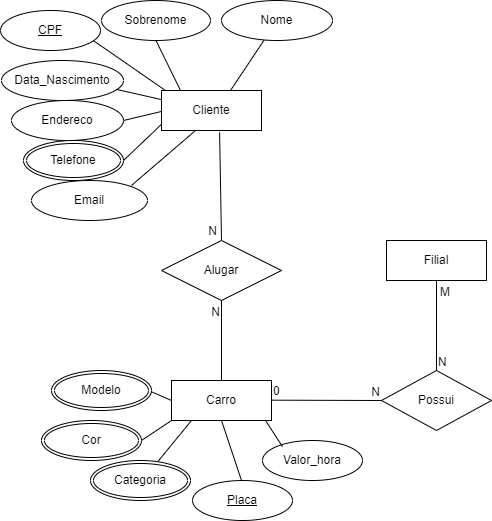
Kelly-Prone/diagramas keeps this draw.io diagram as Mapa_BD1.drawio.png. Above is the earlier version. Source tidied: cells renumbered, new cells last; positions are measured from the earlier drawing's top-left corner, leaving out a move shared by most shapes. The source it was exported from:
```xml
<mxGraphModel>
  <root>
    <mxCell id="0" />
    <mxCell id="1" parent="0" />
    <mxCell id="2" value="Sobrenome" style="ellipse;whiteSpace=wrap;html=1;labelBackgroundColor=none;rounded=0;" parent="1" vertex="1">
      <mxGeometry x="101" width="109" height="40" as="geometry" />
    </mxCell>
    <mxCell id="3" value="Data_Nascimento" style="ellipse;whiteSpace=wrap;html=1;labelBackgroundColor=none;rounded=0;" parent="1" vertex="1">
      <mxGeometry x="1" y="60" width="122" height="40" as="geometry" />
    </mxCell>
    <mxCell id="4" value="Endereco" style="ellipse;whiteSpace=wrap;html=1;labelBackgroundColor=none;rounded=0;" parent="1" vertex="1">
      <mxGeometry x="11" y="100" width="112" height="40" as="geometry" />
    </mxCell>
    <mxCell id="5" value="Nome" style="ellipse;whiteSpace=wrap;html=1;labelBackgroundColor=none;rounded=0;" parent="1" vertex="1">
      <mxGeometry x="221" width="111" height="40" as="geometry" />
    </mxCell>
    <mxCell id="6" value="Email" style="ellipse;whiteSpace=wrap;html=1;labelBackgroundColor=none;rounded=0;" parent="1" vertex="1">
      <mxGeometry x="31" y="180" width="116" height="40" as="geometry" />
    </mxCell>
    <mxCell id="7" style="endArrow=none;html=1;rounded=0;labelBackgroundColor=none;fontColor=default;" parent="1" edge="1" target="5">
      <mxGeometry relative="1" as="geometry">
        <mxPoint x="230" y="90" as="sourcePoint" />
      </mxGeometry>
    </mxCell>
    <mxCell id="8" style="endArrow=none;html=1;rounded=0;entryX=0.5;entryY=1;entryDx=0;entryDy=0;labelBackgroundColor=none;fontColor=default;" parent="1" edge="1" target="2">
      <mxGeometry relative="1" as="geometry">
        <mxPoint x="180" y="90" as="sourcePoint" />
      </mxGeometry>
    </mxCell>
    <mxCell id="9" style="endArrow=none;html=1;rounded=0;entryX=0.25;entryY=1;entryDx=0;entryDy=0;labelBackgroundColor=none;fontColor=default;" parent="1" edge="1">
      <mxGeometry relative="1" as="geometry">
        <mxPoint x="131" y="185" as="sourcePoint" />
        <mxPoint x="195" y="130" as="targetPoint" />
      </mxGeometry>
    </mxCell>
    <mxCell id="10" style="endArrow=none;html=1;rounded=0;labelBackgroundColor=none;fontColor=default;entryX=0;entryY=0.75;entryDx=0;entryDy=0;" parent="1" edge="1">
      <mxGeometry relative="1" as="geometry">
        <mxPoint x="123" y="160" as="sourcePoint" />
        <mxPoint x="165" y="120" as="targetPoint" />
      </mxGeometry>
    </mxCell>
    <mxCell id="11" style="endArrow=none;html=1;rounded=0;entryX=0.95;entryY=0.763;entryDx=0;entryDy=0;entryPerimeter=0;labelBackgroundColor=none;fontColor=default;exitX=0;exitY=0;exitDx=0;exitDy=0;" parent="1" edge="1">
      <mxGeometry relative="1" as="geometry">
        <mxPoint x="165" y="90" as="sourcePoint" />
        <mxPoint x="93.5" y="40.5" as="targetPoint" />
      </mxGeometry>
    </mxCell>
    <mxCell id="12" style="endArrow=none;html=1;rounded=0;entryX=0;entryY=0.5;entryDx=0;entryDy=0;labelBackgroundColor=none;fontColor=default;" parent="1" edge="1">
      <mxGeometry relative="1" as="geometry">
        <mxPoint x="123" y="120" as="sourcePoint" />
        <mxPoint x="165" y="110" as="targetPoint" />
      </mxGeometry>
    </mxCell>
    <mxCell id="13" style="endArrow=none;html=1;rounded=0;entryX=0;entryY=0.25;entryDx=0;entryDy=0;exitX=0.94;exitY=0.721;exitDx=0;exitDy=0;exitPerimeter=0;labelBackgroundColor=none;fontColor=default;" parent="1" edge="1" source="3">
      <mxGeometry relative="1" as="geometry">
        <mxPoint x="165" y="100" as="targetPoint" />
      </mxGeometry>
    </mxCell>
    <mxCell id="14" value="Cliente" style="whiteSpace=wrap;html=1;align=center;" parent="1" vertex="1">
      <mxGeometry x="161" y="90" width="100" height="40" as="geometry" />
    </mxCell>
    <mxCell id="15" value="Carro" style="whiteSpace=wrap;html=1;align=center;" parent="1" vertex="1">
      <mxGeometry x="171" y="380" width="100" height="40" as="geometry" />
    </mxCell>
    <mxCell id="16" value="Telefone" style="ellipse;shape=doubleEllipse;margin=3;whiteSpace=wrap;html=1;align=center;" parent="1" vertex="1">
      <mxGeometry x="23" y="140" width="100" height="40" as="geometry" />
    </mxCell>
    <mxCell id="17" value="CPF" style="ellipse;whiteSpace=wrap;html=1;align=center;fontStyle=4;" parent="1" vertex="1">
      <mxGeometry y="10" width="100" height="40" as="geometry" />
    </mxCell>
    <mxCell id="18" value="Alugar" style="shape=rhombus;perimeter=rhombusPerimeter;whiteSpace=wrap;html=1;align=center;" parent="1" vertex="1">
      <mxGeometry x="161" y="240" width="120" height="60" as="geometry" />
    </mxCell>
    <mxCell id="19" value="Valor_hora" style="ellipse;whiteSpace=wrap;html=1;align=center;" parent="1" vertex="1">
      <mxGeometry x="262" y="440" width="100" height="40" as="geometry" />
    </mxCell>
    <mxCell id="20" value="Placa" style="ellipse;whiteSpace=wrap;html=1;align=center;fontStyle=4;" parent="1" vertex="1">
      <mxGeometry x="192" y="480" width="100" height="40" as="geometry" />
    </mxCell>
    <mxCell id="21" style="endArrow=none;html=1;rounded=0;entryX=0.5;entryY=1;entryDx=0;entryDy=0;" parent="1" edge="1" target="15">
      <mxGeometry relative="1" as="geometry">
        <mxPoint x="241" y="480" as="sourcePoint" />
      </mxGeometry>
    </mxCell>
    <mxCell id="22" style="endArrow=none;html=1;rounded=0;entryX=0.5;entryY=1;entryDx=0;entryDy=0;exitX=0.2;exitY=0.154;exitDx=0;exitDy=0;exitPerimeter=0;" parent="1" edge="1" source="19">
      <mxGeometry relative="1" as="geometry">
        <mxPoint x="265" y="420" as="targetPoint" />
      </mxGeometry>
    </mxCell>
    <mxCell id="23" style="endArrow=none;html=1;rounded=0;entryX=0.5;entryY=1;entryDx=0;entryDy=0;" parent="1" edge="1">
      <mxGeometry relative="1" as="geometry">
        <mxPoint x="157.4" y="461" as="sourcePoint" />
        <mxPoint x="191" y="420" as="targetPoint" />
      </mxGeometry>
    </mxCell>
    <mxCell id="24" style="endArrow=none;html=1;rounded=0;entryX=1;entryY=0.5;entryDx=0;entryDy=0;" parent="1" edge="1">
      <mxGeometry relative="1" as="geometry">
        <mxPoint x="171" y="400" as="sourcePoint" />
        <mxPoint x="148" y="390" as="targetPoint" />
      </mxGeometry>
    </mxCell>
    <mxCell id="25" style="endArrow=none;html=1;rounded=0;entryX=0;entryY=1;entryDx=0;entryDy=0;" parent="1" edge="1" target="15">
      <mxGeometry relative="1" as="geometry">
        <mxPoint x="141" y="440" as="sourcePoint" />
      </mxGeometry>
    </mxCell>
    <mxCell id="26" style="endArrow=none;html=1;rounded=0;entryX=0.5;entryY=0;entryDx=0;entryDy=0;exitX=0.581;exitY=1.046;exitDx=0;exitDy=0;exitPerimeter=0;" parent="1" edge="1" source="14" target="18">
      <mxGeometry relative="1" as="geometry" />
    </mxCell>
    <mxCell id="27" value="N" style="html=1;whiteSpace=wrap;align=right;verticalAlign=bottom;" parent="26" vertex="1">
      <mxGeometry x="1" relative="1" as="geometry">
        <mxPoint x="-3" as="offset" />
      </mxGeometry>
    </mxCell>
    <mxCell id="28" style="endArrow=none;html=1;rounded=0;entryX=0.5;entryY=1;entryDx=0;entryDy=0;exitX=0.5;exitY=0;exitDx=0;exitDy=0;" parent="1" edge="1" source="15" target="18">
      <mxGeometry relative="1" as="geometry" />
    </mxCell>
    <mxCell id="29" value="N" style="html=1;whiteSpace=wrap;align=right;verticalAlign=bottom;" parent="28" vertex="1">
      <mxGeometry x="1" relative="1" as="geometry">
        <mxPoint y="20" as="offset" />
      </mxGeometry>
    </mxCell>
    <mxCell id="30" value="Modelo" style="ellipse;shape=doubleEllipse;margin=3;whiteSpace=wrap;html=1;align=center;" parent="1" vertex="1">
      <mxGeometry x="51" y="370" width="100" height="40" as="geometry" />
    </mxCell>
    <mxCell id="31" value="Cor" style="ellipse;shape=doubleEllipse;margin=3;whiteSpace=wrap;html=1;align=center;" parent="1" vertex="1">
      <mxGeometry x="41" y="420" width="100" height="40" as="geometry" />
    </mxCell>
    <mxCell id="32" value="Categoria" style="ellipse;shape=doubleEllipse;margin=3;whiteSpace=wrap;html=1;align=center;" parent="1" vertex="1">
      <mxGeometry x="90" y="460" width="100" height="40" as="geometry" />
    </mxCell>
    <mxCell id="33" value="Filial" style="whiteSpace=wrap;html=1;align=center;" parent="1" vertex="1">
      <mxGeometry x="386" y="240" width="100" height="40" as="geometry" />
    </mxCell>
    <mxCell id="34" value="Possui" style="shape=rhombus;perimeter=rhombusPerimeter;whiteSpace=wrap;html=1;align=center;" parent="1" vertex="1">
      <mxGeometry x="381" y="370" width="110" height="60" as="geometry" />
    </mxCell>
    <mxCell id="35" style="endArrow=none;html=1;rounded=0;entryX=0;entryY=0.5;entryDx=0;entryDy=0;" parent="1" edge="1" target="34">
      <mxGeometry relative="1" as="geometry">
        <mxPoint x="271" y="399.7" as="sourcePoint" />
      </mxGeometry>
    </mxCell>
    <mxCell id="36" value="0" style="html=1;whiteSpace=wrap;align=left;verticalAlign=bottom;" parent="35" vertex="1">
      <mxGeometry x="-1" relative="1" as="geometry" />
    </mxCell>
    <mxCell id="37" value="N" style="html=1;whiteSpace=wrap;align=right;verticalAlign=bottom;" parent="35" vertex="1">
      <mxGeometry x="1" relative="1" as="geometry" />
    </mxCell>
    <mxCell id="38" style="endArrow=none;html=1;rounded=0;entryX=0.5;entryY=1;entryDx=0;entryDy=0;exitX=0.5;exitY=0;exitDx=0;exitDy=0;" parent="1" edge="1" source="34" target="33">
      <mxGeometry relative="1" as="geometry" />
    </mxCell>
    <mxCell id="39" value="N" style="html=1;whiteSpace=wrap;align=left;verticalAlign=bottom;" parent="38" vertex="1">
      <mxGeometry x="-1" relative="1" as="geometry" />
    </mxCell>
    <mxCell id="40" value="M" style="html=1;whiteSpace=wrap;align=right;verticalAlign=bottom;" parent="38" vertex="1">
      <mxGeometry x="1" relative="1" as="geometry">
        <mxPoint x="15" y="20" as="offset" />
      </mxGeometry>
    </mxCell>
  </root>
</mxGraphModel>
```
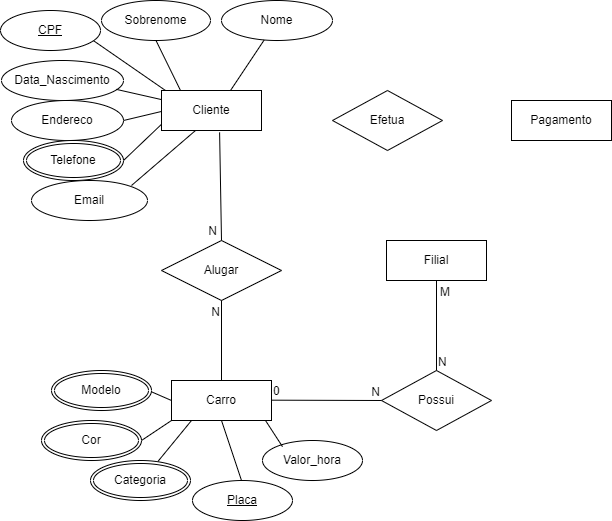
The same file after the commit.

The edit, as a diff of the source:
```diff
@@ -157,5 +157,11 @@
         <mxPoint x="15" y="20" as="offset" />
       </mxGeometry>
     </mxCell>
+    <mxCell id="41" value="Efetua" style="shape=rhombus;perimeter=rhombusPerimeter;whiteSpace=wrap;html=1;align=center;" parent="1" vertex="1">
+      <mxGeometry x="332" y="90" width="110" height="60" as="geometry" />
+    </mxCell>
+    <mxCell id="42" value="Pagamento" style="whiteSpace=wrap;html=1;align=center;" parent="1" vertex="1">
+      <mxGeometry x="511" y="100" width="100" height="40" as="geometry" />
+    </mxCell>
   </root>
 </mxGraphModel>
```
